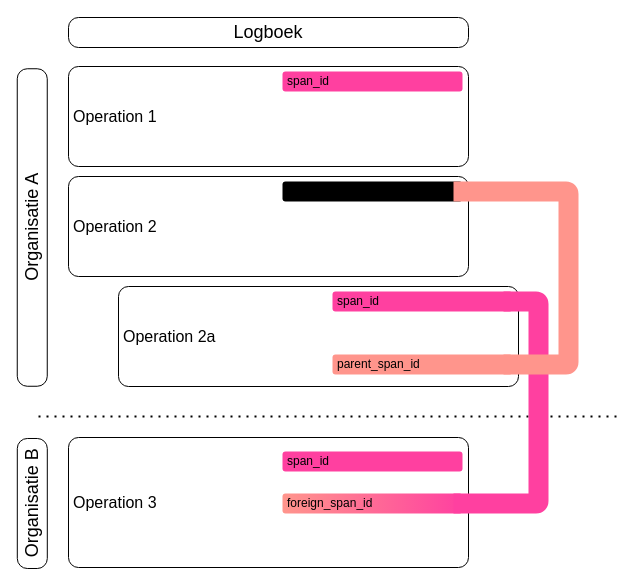
The draw.io diagram page "afbeelding10" (12 of 15) of media/LogboekDataVerwerking.drawio in Logius-standaarden/logboek-dataverwerkingen-inleiding, before the edit. Source tidied: cells renumbered, new cells numbered last; positions are measured from the earlier drawing's top-left corner, leaving out a move shared by most shapes. Both pictures are drawn from the tidied source at 100%, with x=0, y=0 at pixel (-127, 17).
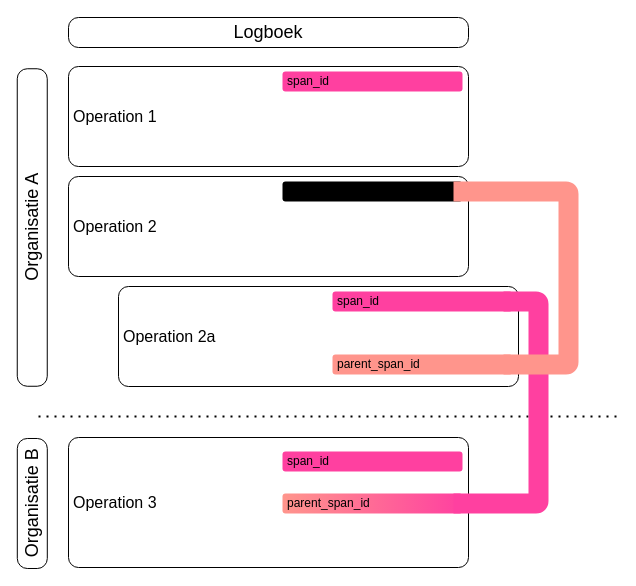
After the change.

The edit, as a diff of the source:
```diff
@@
-    <mxCell id="9" value="foreign_span_id" style="rounded=1;whiteSpace=wrap;html=1;strokeColor=none;fillColor=#FF958C;points=[[0,0,0,0,0],[0,0.25,0,0,0],[0,0.75,0,0,0],[0,1,0,0,0],[0.05,0.5,0,0,0],[0.25,0,0,0,0],[0.25,1,0,0,0],[0.5,0,0,0,0],[0.5,1,0,0,0],[0.75,0,0,0,0],[0.75,1,0,0,0],[0.95,0.5,0,0,0],[1,0,0,0,0],[1,0.25,0,0,0],[1,0.75,0,0,0],[1,1,0,0,0]];align=left;spacing=5;gradientColor=#FF40A0;gradientDirection=east;" parent="1" vertex="1">
+    <mxCell id="9" value="parent_span_id" style="rounded=1;whiteSpace=wrap;html=1;strokeColor=none;fillColor=#FF958C;points=[[0,0,0,0,0],[0,0.25,0,0,0],[0,0.75,0,0,0],[0,1,0,0,0],[0.05,0.5,0,0,0],[0.25,0,0,0,0],[0.25,1,0,0,0],[0.5,0,0,0,0],[0.5,1,0,0,0],[0.75,0,0,0,0],[0.75,1,0,0,0],[0.95,0.5,0,0,0],[1,0,0,0,0],[1,0.25,0,0,0],[1,0.75,0,0,0],[1,1,0,0,0]];align=left;spacing=5;gradientColor=#FF40A0;gradientDirection=east;" parent="1" vertex="1">
       <mxGeometry x="409" y="476" width="180" height="20" as="geometry" />
     </mxCell>
```
